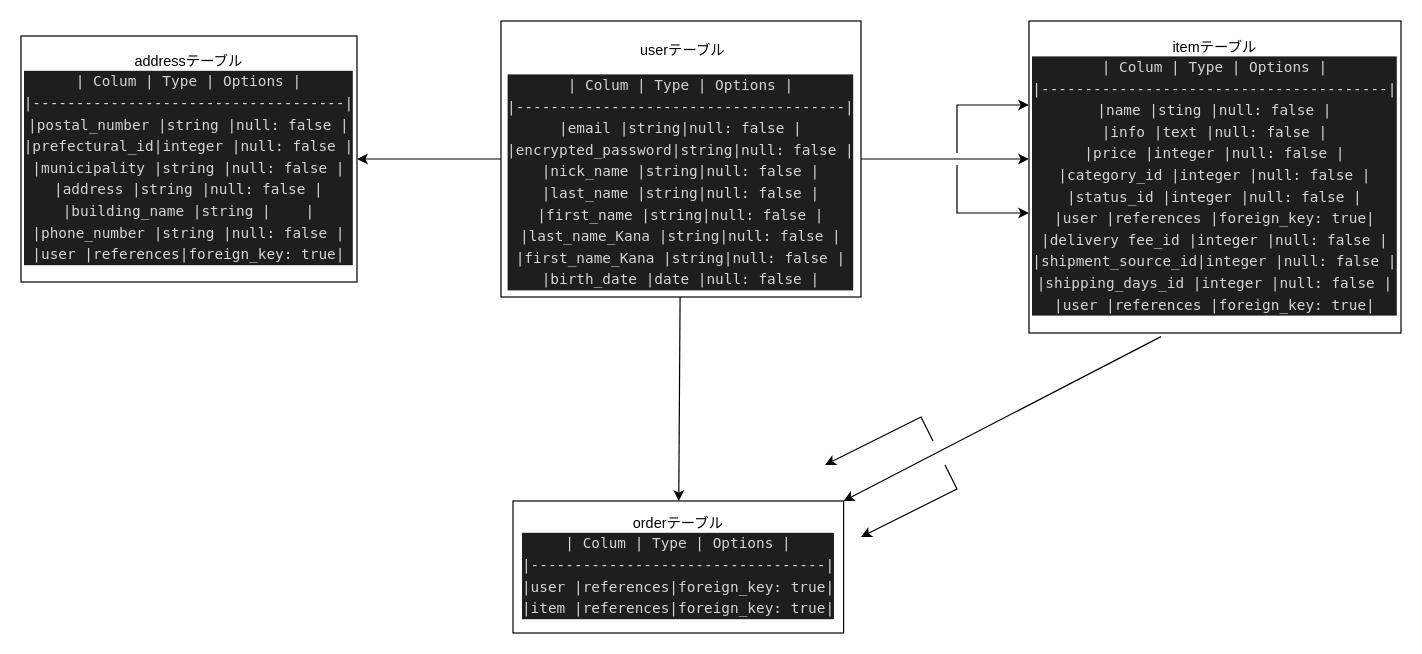
Earlier version of the draw.io diagram furima.dio (kenshiro0107/furima-31158). Source tidied: cells renumbered, new cells numbered last; positions are measured from the earlier drawing's top-left corner, leaving out a move shared by most shapes. Both pictures are drawn from the tidied source at 120%, with x=0, y=0 at pixel (20, 20).
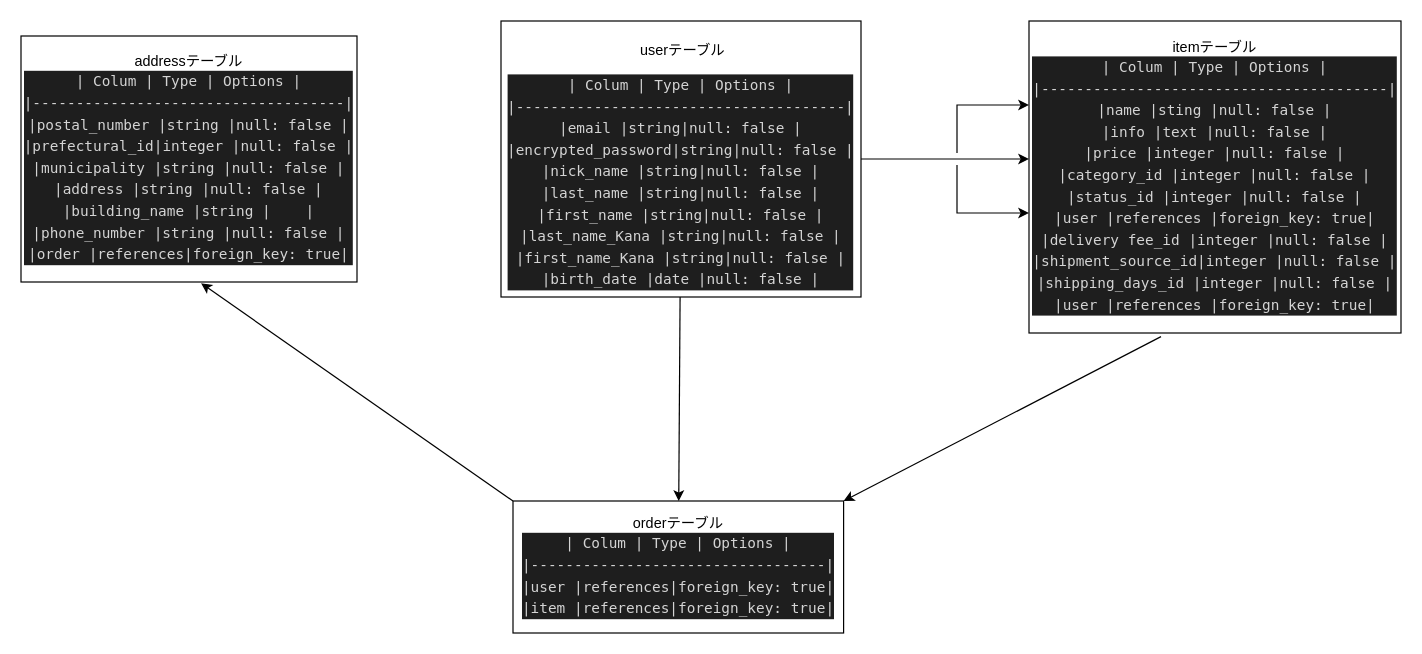
After the change.

Commit message (it also covers changes not shown here):
データベース設計6

Unchanged cells that the change refers to:
```xml
<mxCell id="5" value="&lt;p&gt;&amp;nbsp;userテーブル&lt;/p&gt;&lt;div style=&quot;color: rgb(212 , 212 , 212) ; background-color: rgb(30 , 30 , 30) ; font-family: &amp;#34;menlo&amp;#34; , &amp;#34;monaco&amp;#34; , &amp;#34;courier new&amp;#34; , monospace ; line-height: 18px&quot;&gt;&lt;div&gt;| Colum            | Type | Options    |&lt;/div&gt;&lt;div&gt;|--------------------------------------|&lt;/div&gt;&lt;div&gt;|email             |string|null: false |&lt;/div&gt;&lt;div&gt;|encrypted_password|string|null: false |&lt;/div&gt;&lt;div&gt;|nick_name         |string|null: false |&lt;/div&gt;&lt;div&gt;|last_name         |string|null: false |&lt;/div&gt;&lt;div&gt;|first_name        |string|null: false |&lt;/div&gt;&lt;div&gt;|last_name_Kana    |string|null: false |&lt;/div&gt;&lt;div&gt;|first_name_Kana   |string|null: false |&lt;/div&gt;&lt;div&gt;|birth_date        |date  |null: false |&lt;/div&gt;&lt;/div&gt;" style="whiteSpace=wrap;html=1;" parent="1" vertex="1">
  <mxGeometry x="400" width="300" height="230" as="geometry" />
</mxCell>
<mxCell id="11" value="orderテーブル&lt;br&gt;&lt;div style=&quot;color: rgb(212 , 212 , 212) ; background-color: rgb(30 , 30 , 30) ; font-family: &amp;#34;menlo&amp;#34; , &amp;#34;monaco&amp;#34; , &amp;#34;courier new&amp;#34; , monospace ; line-height: 18px&quot;&gt;&lt;div&gt;| Colum        | Type     | Options         |&lt;/div&gt;&lt;div&gt;|----------------------------------|&lt;/div&gt;&lt;div&gt;|user          |references|foreign_key: true|&lt;br&gt;&lt;/div&gt;&lt;div&gt;|item          |references|foreign_key: true|&lt;/div&gt;&lt;/div&gt;" style="whiteSpace=wrap;html=1;" parent="1" vertex="1">
  <mxGeometry x="410" y="400" width="275.5" height="110" as="geometry" />
</mxCell>
```

What changed in the source:
```diff
@@
-    <mxCell id="4" style="edgeStyle=none;rounded=0;jettySize=auto;html=1;entryX=1;entryY=0.5;entryDx=0;entryDy=0;" parent="1" edge="1" source="5" target="13">
-      <mxGeometry relative="1" as="geometry" />
-    </mxCell>
@@
-    <mxCell id="6" style="edgeStyle=none;rounded=0;orthogonalLoop=1;jettySize=auto;html=1;" parent="1" edge="1">
-      <mxGeometry relative="1" as="geometry">
-        <mxPoint x="770" y="370" as="sourcePoint" />
-        <mxPoint x="700" y="430" as="targetPoint" />
-        <Array as="points">
-          <mxPoint x="780" y="390" />
-        </Array>
-      </mxGeometry>
-    </mxCell>
-    <mxCell id="7" style="edgeStyle=none;rounded=0;orthogonalLoop=1;jettySize=auto;html=1;" parent="1" edge="1">
-      <mxGeometry relative="1" as="geometry">
-        <mxPoint x="760" y="350" as="sourcePoint" />
-        <mxPoint x="670" y="370" as="targetPoint" />
-        <Array as="points">
-          <mxPoint x="750" y="330" />
-        </Array>
-      </mxGeometry>
-    </mxCell>
@@
+    <mxCell id="14" style="edgeStyle=none;rounded=0;jettySize=auto;html=1;exitX=0;exitY=0;exitDx=0;exitDy=0;entryX=0.536;entryY=1.005;entryDx=0;entryDy=0;entryPerimeter=0;" parent="1" edge="1" source="11" target="13">
+      <mxGeometry relative="1" as="geometry" />
+    </mxCell>
-    <mxCell id="13" value="addressテーブル&lt;br&gt;&lt;div style=&quot;color: rgb(212 , 212 , 212) ; background-color: rgb(30 , 30 , 30) ; font-family: &amp;#34;menlo&amp;#34; , &amp;#34;monaco&amp;#34; , &amp;#34;courier new&amp;#34; , monospace ; line-height: 18px&quot;&gt;&lt;div style=&quot;font-family: &amp;#34;menlo&amp;#34; , &amp;#34;monaco&amp;#34; , &amp;#34;courier new&amp;#34; , monospace ; line-height: 18px&quot;&gt;&lt;div style=&quot;font-family: &amp;#34;menlo&amp;#34; , &amp;#34;monaco&amp;#34; , &amp;#34;courier new&amp;#34; , monospace ; line-height: 18px&quot;&gt;&lt;div&gt;| Colum        | Type     | Options         |&lt;/div&gt;&lt;div&gt;|------------------------------------|&lt;/div&gt;&lt;div&gt;|postal_number |string    |null: false      |&lt;/div&gt;&lt;div&gt;|prefectural_id|integer   |null: false      |&lt;/div&gt;&lt;div&gt;|municipality  |string    |null: false      |&lt;/div&gt;&lt;div&gt;|address       |string    |null: false      |&lt;/div&gt;&lt;div&gt;|building_name |string    |&amp;nbsp; &amp;nbsp; |&lt;/div&gt;&lt;div&gt;|phone_number  |string    |null: false      |&lt;/div&gt;&lt;div&gt;|user          |references|foreign_key: true|&lt;/div&gt;&lt;/div&gt;&lt;/div&gt;&lt;/div&gt;" style="whiteSpace=wrap;html=1;" parent="1" vertex="1">
+    <mxCell id="13" value="addressテーブル&lt;br&gt;&lt;div style=&quot;color: rgb(212 , 212 , 212) ; background-color: rgb(30 , 30 , 30) ; font-family: &amp;#34;menlo&amp;#34; , &amp;#34;monaco&amp;#34; , &amp;#34;courier new&amp;#34; , monospace ; line-height: 18px&quot;&gt;&lt;div style=&quot;font-family: &amp;#34;menlo&amp;#34; , &amp;#34;monaco&amp;#34; , &amp;#34;courier new&amp;#34; , monospace ; line-height: 18px&quot;&gt;&lt;div style=&quot;font-family: &amp;#34;menlo&amp;#34; , &amp;#34;monaco&amp;#34; , &amp;#34;courier new&amp;#34; , monospace ; line-height: 18px&quot;&gt;&lt;div&gt;| Colum        | Type     | Options         |&lt;/div&gt;&lt;div&gt;|------------------------------------|&lt;/div&gt;&lt;div&gt;|postal_number |string    |null: false      |&lt;/div&gt;&lt;div&gt;|prefectural_id|integer   |null: false      |&lt;/div&gt;&lt;div&gt;|municipality  |string    |null: false      |&lt;/div&gt;&lt;div&gt;|address       |string    |null: false      |&lt;/div&gt;&lt;div&gt;|building_name |string    |&amp;nbsp; &amp;nbsp; |&lt;/div&gt;&lt;div&gt;|phone_number  |string    |null: false      |&lt;/div&gt;&lt;div&gt;|order |references|foreign_key: true|&lt;/div&gt;&lt;/div&gt;&lt;/div&gt;&lt;/div&gt;" style="whiteSpace=wrap;html=1;" parent="1" vertex="1">
       <mxGeometry y="12.5" width="280" height="205" as="geometry" />
     </mxCell>
```
